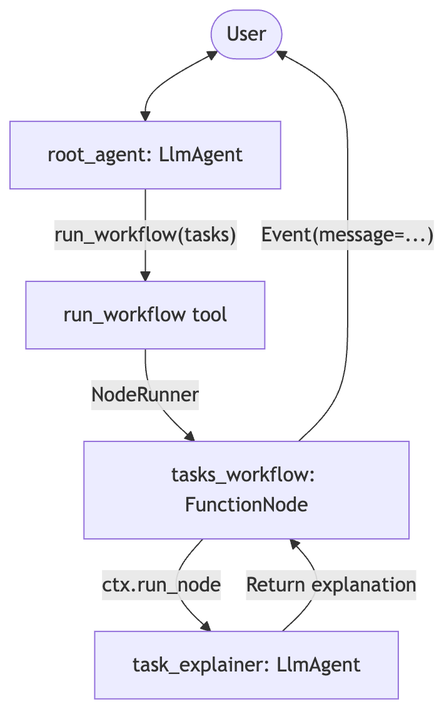
The Mermaid diagram agents/workflow-dynamic/assets/workflow.png in GoogleCloudPlatform/devrel-demos, before a commit. Its source is kept beside it as agents/workflow-dynamic/assets/workflow.mermaid.
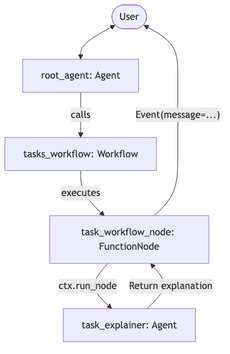
After the change.

Commit message:
refactor: update workflow diagram and dependencies to reflect agent-based architecture shift

Diff of the diagram source:
```diff
@@ -1,7 +1,7 @@
 graph TD
-    User([User]) <--> RootAgent[root_agent: LlmAgent]
-    RootAgent -- "run_workflow(tasks)" --> Tool[run_workflow tool]
-    Tool -- "NodeRunner" --> WorkflowNode[tasks_workflow: FunctionNode]
-    WorkflowNode -- "ctx.run_node" --> Subagent[task_explainer: LlmAgent]
+    User([User]) <--> RootAgent[root_agent: Agent]
+    RootAgent -- "calls" --> Workflow[tasks_workflow: Workflow]
+    Workflow -- "executes" --> WorkflowNode[task_workflow_node: FunctionNode]
+    WorkflowNode -- "ctx.run_node" --> Subagent[task_explainer: Agent]
     Subagent -- "Return explanation" --> WorkflowNode
     WorkflowNode -- "Event(message=...)" --> User
```
